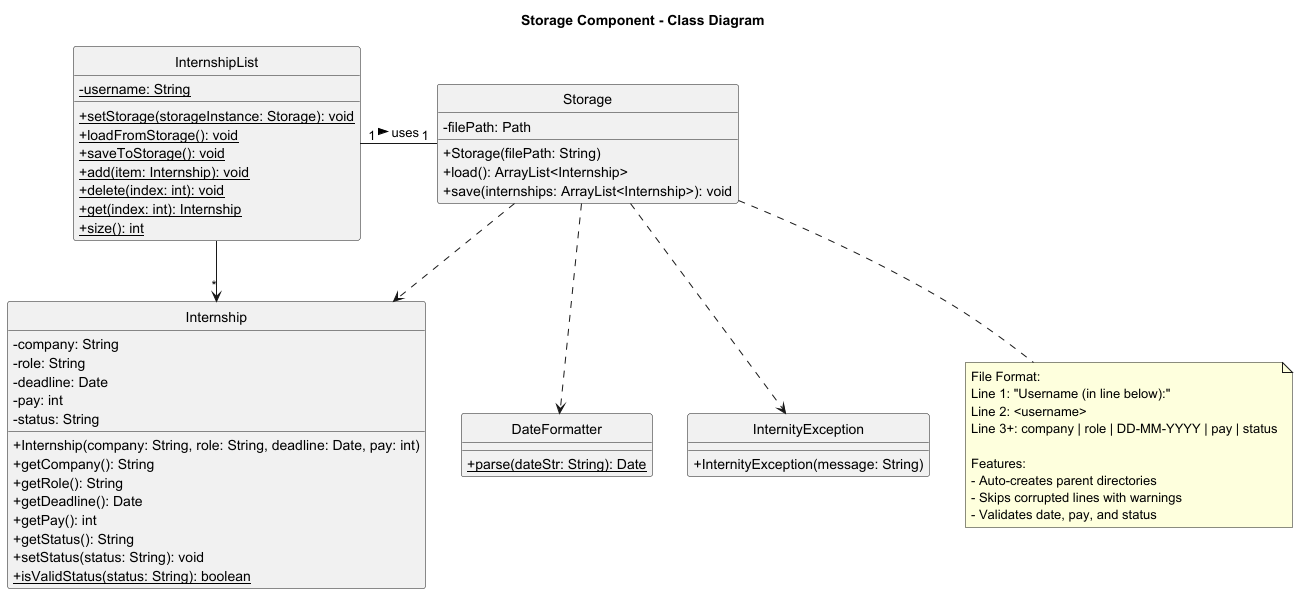
This is docs/diagrams/StorageCD.png from AY2526S1-CS2113-W14-4/tp, a PlantUML export, as it was before one commit.
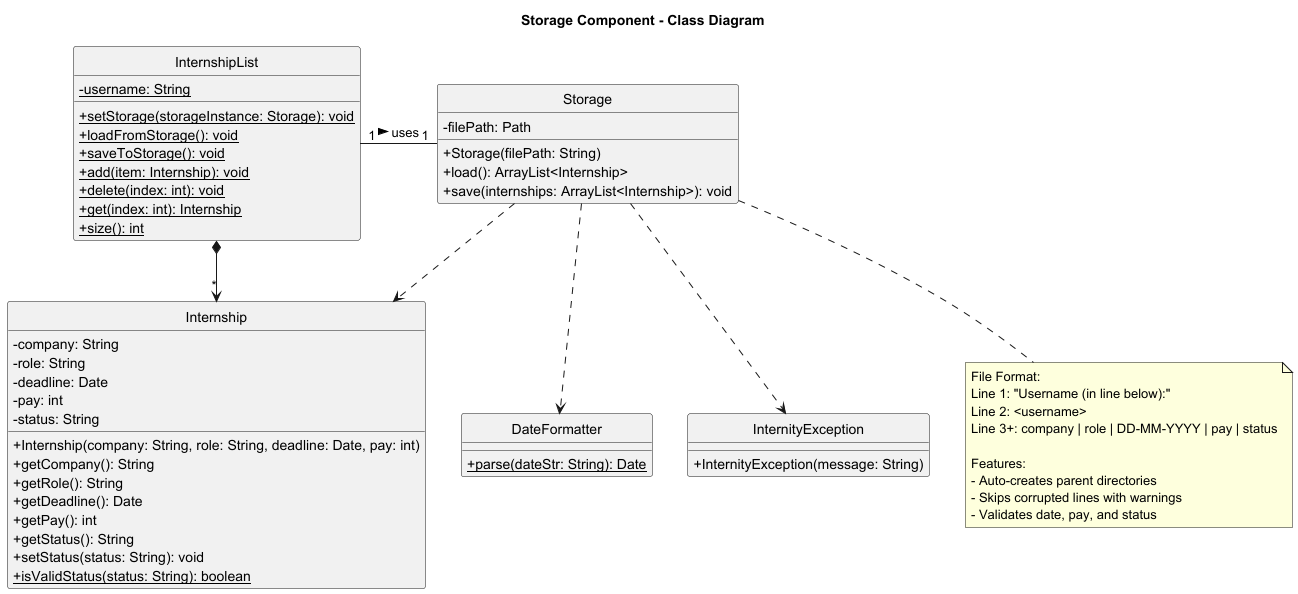
The same file after the commit.

Commit message:
Fix diagram relationships

The edit, as a diff of the source:
```diff
@@ -60,11 +60,10 @@
 end note
 
 Storage ..> NoteStorage
-
 Storage ..> Internship
 Storage ..> DateFormatter
 Storage ..> InternityException
 InternshipList "1" - "1" Storage : uses >
-InternshipList --> "*" Internship
+InternshipList *--> "*" Internship
 
 @enduml
```
